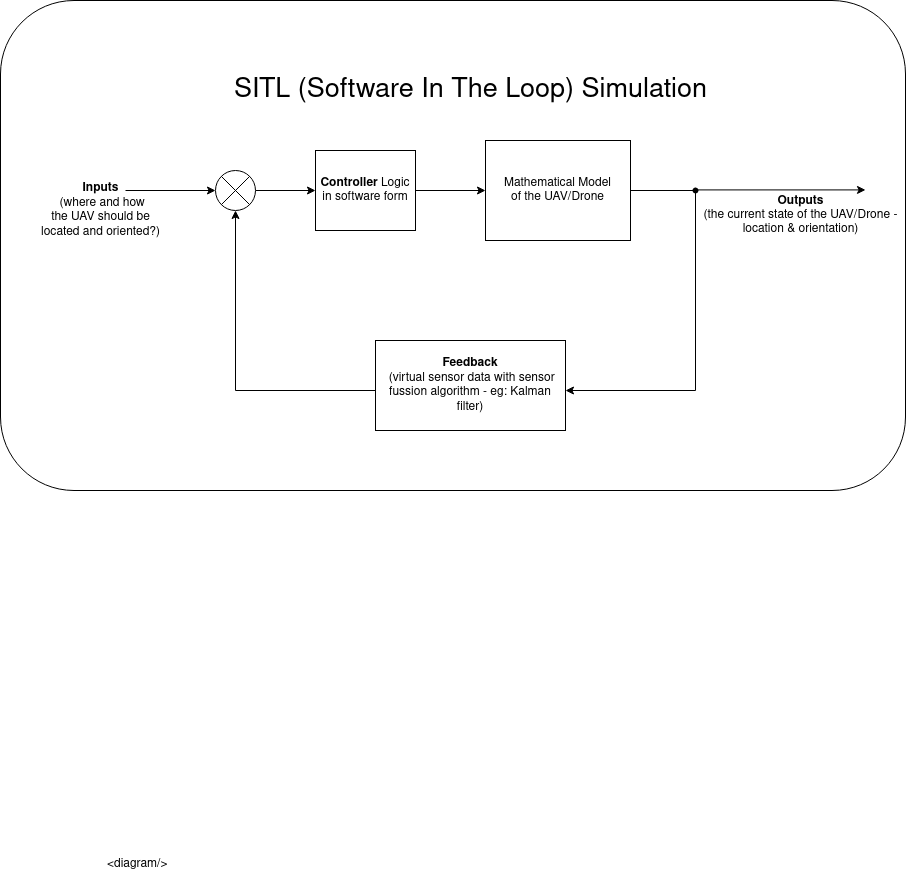
This is SITL.png from anwarendo/drawings, a draw.io export, as it was before one commit. Source tidied: cells renumbered, new cells last; positions are measured from the earlier drawing's top-left corner, leaving out a move shared by most shapes.
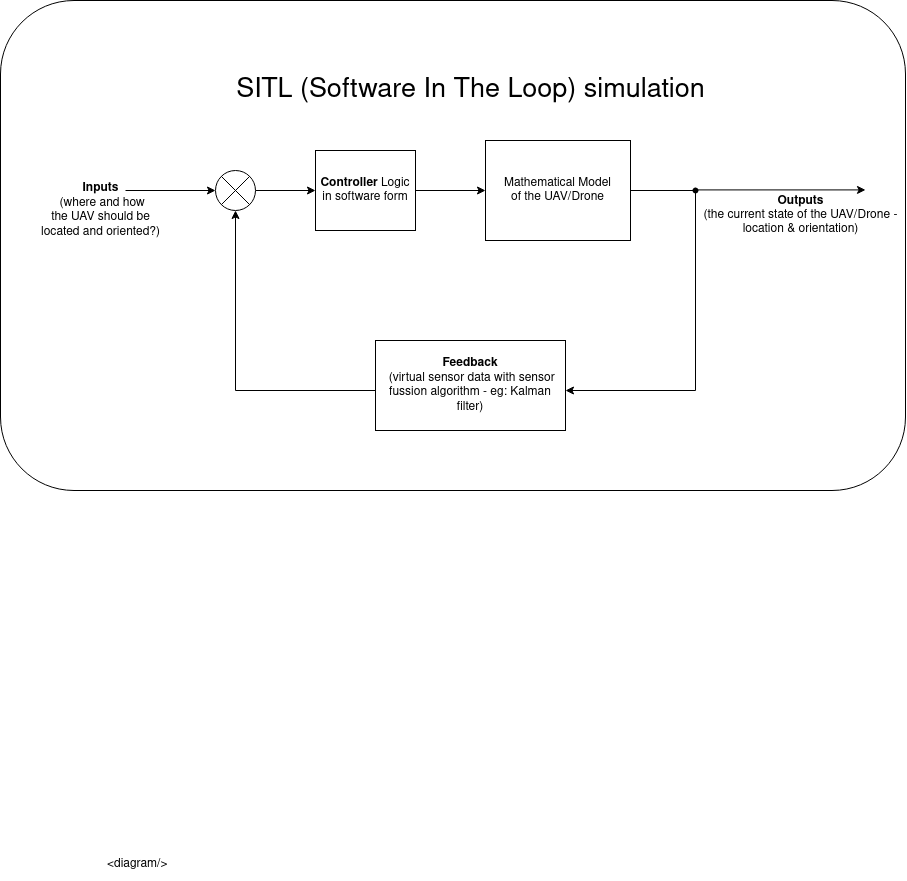
Above is the later version.

Diff of the diagram source:
```diff
@@ -67,8 +67,8 @@
     <mxCell id="17" value="&amp;lt;diagram/&amp;gt;" style="text;whiteSpace=wrap;html=1;" parent="1" vertex="1">
       <mxGeometry x="105" y="850" width="90" height="30" as="geometry" />
     </mxCell>
-    <mxCell id="18" value="SITL (Software In The Loop) Simulation " style="text;html=1;align=center;verticalAlign=middle;strokeColor=none;fillColor=none;fontSize=27;" parent="1" vertex="1">
-      <mxGeometry x="225" y="70" width="490" height="40" as="geometry" />
+    <mxCell id="18" value="SITL (Software In The Loop) simulation " style="text;html=1;align=center;verticalAlign=middle;strokeColor=none;fillColor=none;fontSize=27;" parent="1" vertex="1">
+      <mxGeometry x="230" y="70" width="480" height="40" as="geometry" />
     </mxCell>
   </root>
 </mxGraphModel>
```
